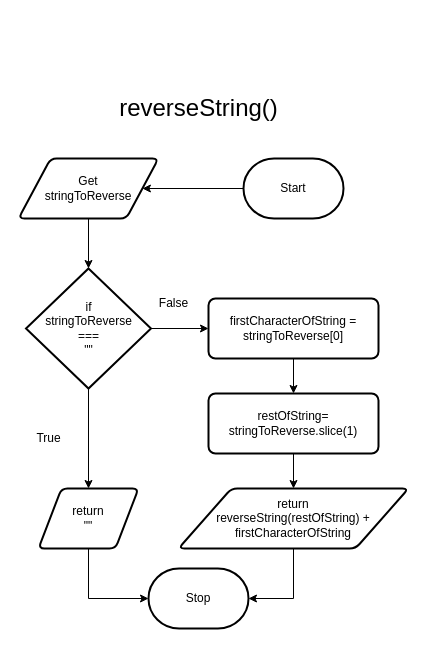
Earlier version of the draw.io diagram design/reverseString.drawio (Emmanuel-Fofeyin/ICS4U-Unit3-01-Typescript). Source tidied: cells renumbered, new cells numbered last; positions are measured from the earlier drawing's top-left corner, leaving out a move shared by most shapes. Both pictures are drawn from the tidied source at 100%, with x=0, y=0 at pixel (18, 88).
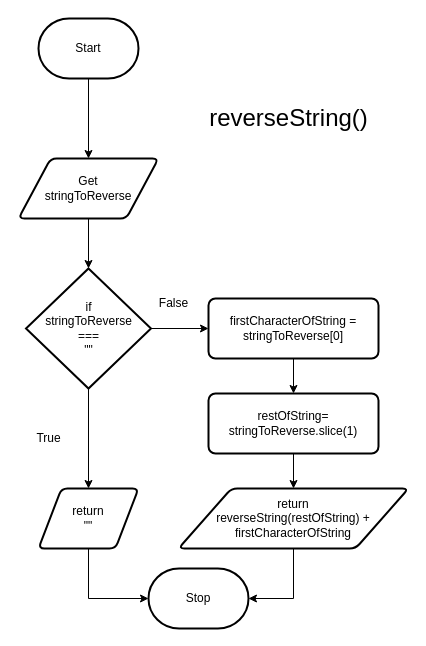
After the change.

Unchanged cells that the change refers to:
```xml
<mxCell id="5" value="Get&lt;br&gt;stringToReverse" style="shape=parallelogram;html=1;strokeWidth=2;perimeter=parallelogramPerimeter;whiteSpace=wrap;rounded=1;arcSize=12;size=0.23;" parent="1" vertex="1">
  <mxGeometry y="70" width="140" height="60" as="geometry" />
</mxCell>
```

The edit, as a diff of the source:
```diff
@@
-    <mxCell id="2" style="edgeStyle=orthogonalEdgeStyle;rounded=0;html=1;entryX=1;entryY=0.5;entryDx=0;entryDy=0;fontSize=12;" parent="1" edge="1" source="3" target="5">
+    <mxCell id="2" style="edgeStyle=orthogonalEdgeStyle;rounded=0;html=1;entryX=0.5;entryY=0;entryDx=0;entryDy=0;fontSize=12;" parent="1" edge="1" source="3" target="5">
       <mxGeometry relative="1" as="geometry" />
     </mxCell>
     <mxCell id="3" value="Start" style="strokeWidth=2;html=1;shape=mxgraph.flowchart.terminator;whiteSpace=wrap;" parent="1" vertex="1">
-      <mxGeometry x="225" y="70" width="100" height="60" as="geometry" />
+      <mxGeometry x="20" y="-70" width="100" height="60" as="geometry" />
     </mxCell>
@@
     <mxCell id="6" value="&lt;font style=&quot;font-size: 24px;&quot;&gt;reverseString()&lt;/font&gt;" style="text;html=1;align=center;verticalAlign=middle;strokeColor=none;fillColor=none;" parent="1" vertex="1">
-      <mxGeometry x="90" width="180" height="40" as="geometry" />
+      <mxGeometry x="180" y="10" width="180" height="40" as="geometry" />
     </mxCell>
```
